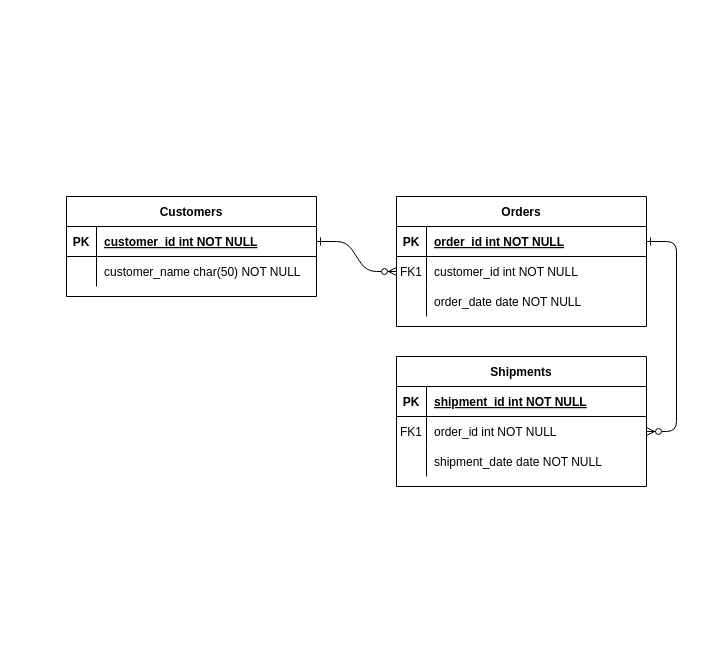
The draw.io diagram Untitled Diagram.drawio in PhotographyPlatform/back-end, before the edit. Source tidied: cells renumbered, new cells numbered last; positions are measured from the earlier drawing's top-left corner, leaving out a move shared by most shapes. Both pictures are drawn from the tidied source at 100%, with x=0, y=0 at pixel (66, 196).
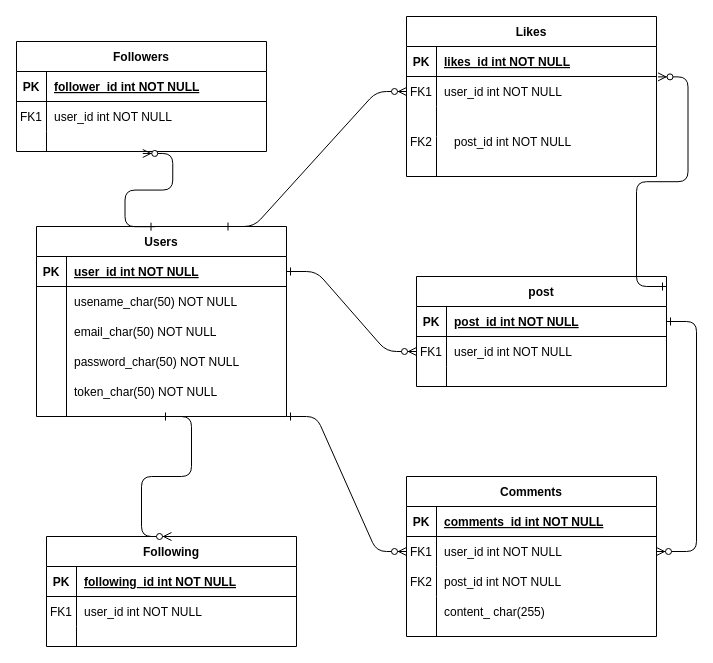
The same diagram, later.

Unchanged cells that the change refers to:
```xml
<mxCell id="5" style="shape=partialRectangle;fillColor=none;points=[[0,0.5],[1,0.5]];portConstraint=eastwest;top=0;left=0;right=0;bottom=1;" parent="4" vertex="1">
  <mxGeometry y="30" width="250" height="30" as="geometry" />
</mxCell>
<mxCell id="8" style="shape=partialRectangle;fillColor=none;points=[[0,0.5],[1,0.5]];portConstraint=eastwest;top=0;left=0;right=0;bottom=0;" parent="4" vertex="1">
  <mxGeometry y="60" width="250" height="30" as="geometry" />
</mxCell>
<mxCell id="15" style="shape=partialRectangle;fillColor=none;top=0;left=0;right=0;bottom=1;" parent="14" vertex="1">
  <mxGeometry y="30" width="250" height="30" as="geometry" />
</mxCell>
<mxCell id="18" style="shape=partialRectangle;fillColor=none;points=[[0,0.5],[1,0.5]];portConstraint=eastwest;top=0;left=0;right=0;bottom=0;" parent="14" vertex="1">
  <mxGeometry y="60" width="250" height="30" as="geometry" />
</mxCell>
<mxCell id="21" style="shape=partialRectangle;fillColor=none;top=0;left=0;right=0;bottom=0;" parent="14" vertex="1">
  <mxGeometry y="90" width="250" height="30" as="geometry" />
</mxCell>
<mxCell id="25" style="shape=partialRectangle;fillColor=none;points=[[0,0.5],[1,0.5]];portConstraint=eastwest;top=0;left=0;right=0;bottom=1;" parent="24" vertex="1">
  <mxGeometry y="30" width="250" height="30" as="geometry" />
</mxCell>
<mxCell id="28" style="shape=partialRectangle;fillColor=none;top=0;left=0;right=0;bottom=0;" parent="24" vertex="1">
  <mxGeometry y="60" width="250" height="30" as="geometry" />
</mxCell>
```

Change to the diagram source:
```diff
@@
-    <mxCell id="4" value="Orders" style="shape=table;startSize=30;childLayout=tableLayout;rowLines=0;fontStyle=1;align=center;" parent="1" vertex="1">
-      <mxGeometry x="330" width="250" height="130" as="geometry" />
+    <mxCell id="4" value="post" style="shape=table;startSize=30;childLayout=tableLayout;rowLines=0;fontStyle=1;align=center;" parent="1" vertex="1">
+      <mxGeometry x="350" y="80" width="250" height="110" as="geometry" />
     </mxCell>
@@
-    <mxCell id="7" value="order_id int NOT NULL " style="shape=partialRectangle;overflow=hidden;fillColor=none;top=0;left=0;bottom=0;right=0;align=left;spacingLeft=6;fontStyle=5;" parent="5" vertex="1">
+    <mxCell id="7" value="post_id int NOT NULL " style="shape=partialRectangle;overflow=hidden;fillColor=none;top=0;left=0;bottom=0;right=0;align=left;spacingLeft=6;fontStyle=5;" parent="5" vertex="1">
       <mxGeometry x="30" width="220" height="30" as="geometry" />
     </mxCell>
@@
-    <mxCell id="10" value="customer_id int NOT NULL" style="shape=partialRectangle;overflow=hidden;fillColor=none;top=0;left=0;bottom=0;right=0;align=left;spacingLeft=6;" parent="8" vertex="1">
+    <mxCell id="10" value="user_id int NOT NULL" style="shape=partialRectangle;overflow=hidden;fillColor=none;top=0;left=0;bottom=0;right=0;align=left;spacingLeft=6;" parent="8" vertex="1">
       <mxGeometry x="30" width="220" height="30" as="geometry" />
     </mxCell>
     <mxCell id="11" style="shape=partialRectangle;fillColor=none;top=0;left=0;right=0;bottom=0;" parent="4" vertex="1">
-      <mxGeometry y="90" width="250" height="30" as="geometry" />
+      <mxGeometry y="90" width="250" height="20" as="geometry" />
     </mxCell>
     <mxCell id="12" style="shape=partialRectangle;overflow=hidden;fillColor=none;top=0;left=0;bottom=0;right=0;" parent="11" vertex="1">
-      <mxGeometry width="30" height="30" as="geometry" />
+      <mxGeometry width="30" height="20" as="geometry" />
     </mxCell>
-    <mxCell id="13" value="order_date date NOT NULL" style="shape=partialRectangle;overflow=hidden;fillColor=none;top=0;left=0;bottom=0;right=0;align=left;spacingLeft=6;" parent="11" vertex="1">
-      <mxGeometry x="30" width="220" height="30" as="geometry" />
+    <mxCell id="13" style="shape=partialRectangle;overflow=hidden;fillColor=none;top=0;left=0;bottom=0;right=0;align=left;spacingLeft=6;" parent="11" vertex="1">
+      <mxGeometry x="30" width="220" height="20" as="geometry" />
     </mxCell>
-    <mxCell id="14" value="Shipments" style="shape=table;startSize=30;childLayout=tableLayout;rowLines=0;fontStyle=1;align=center;" parent="1" vertex="1">
-      <mxGeometry x="330" y="160" width="250" height="130" as="geometry" />
+    <mxCell id="14" value="Comments" style="shape=table;startSize=30;childLayout=tableLayout;rowLines=0;fontStyle=1;align=center;" parent="1" vertex="1">
+      <mxGeometry x="340" y="280" width="250" height="160" as="geometry" />
     </mxCell>
@@
-    <mxCell id="17" value="shipment_id int NOT NULL " style="shape=partialRectangle;overflow=hidden;fillColor=none;top=0;left=0;bottom=0;right=0;align=left;spacingLeft=6;fontStyle=5;" parent="15" vertex="1">
+    <mxCell id="17" value="comments_id int NOT NULL " style="shape=partialRectangle;overflow=hidden;fillColor=none;top=0;left=0;bottom=0;right=0;align=left;spacingLeft=6;fontStyle=5;" parent="15" vertex="1">
       <mxGeometry x="30" width="220" height="30" as="geometry" />
     </mxCell>
@@
-    <mxCell id="20" value="order_id int NOT NULL" style="shape=partialRectangle;overflow=hidden;fillColor=none;top=0;left=0;bottom=0;right=0;align=left;spacingLeft=6;" parent="18" vertex="1">
+    <mxCell id="20" value="user_id int NOT NULL" style="shape=partialRectangle;overflow=hidden;fillColor=none;top=0;left=0;bottom=0;right=0;align=left;spacingLeft=6;" parent="18" vertex="1">
       <mxGeometry x="30" width="220" height="30" as="geometry" />
     </mxCell>
@@
-    <mxCell id="23" value="shipment_date date NOT NULL" style="shape=partialRectangle;overflow=hidden;fillColor=none;top=0;left=0;bottom=0;right=0;align=left;spacingLeft=6;" parent="21" vertex="1">
+    <mxCell id="23" style="shape=partialRectangle;overflow=hidden;fillColor=none;top=0;left=0;bottom=0;right=0;align=left;spacingLeft=6;" parent="21" vertex="1">
       <mxGeometry x="30" width="220" height="30" as="geometry" />
     </mxCell>
-    <mxCell id="24" value="Customers" style="shape=table;startSize=30;childLayout=tableLayout;rowLines=0;fontStyle=1;align=center;" parent="1" vertex="1">
-      <mxGeometry width="250" height="100" as="geometry" />
+    <mxCell id="24" value="Users" style="shape=table;startSize=30;childLayout=tableLayout;rowLines=0;fontStyle=1;align=center;" parent="1" vertex="1">
+      <mxGeometry x="-30" y="30" width="250" height="190" as="geometry" />
     </mxCell>
@@
-    <mxCell id="27" value="customer_id int NOT NULL " style="shape=partialRectangle;overflow=hidden;fillColor=none;top=0;left=0;bottom=0;right=0;align=left;spacingLeft=6;fontStyle=5;" parent="25" vertex="1">
+    <mxCell id="27" value="user_id int NOT NULL " style="shape=partialRectangle;overflow=hidden;fillColor=none;top=0;left=0;bottom=0;right=0;align=left;spacingLeft=6;fontStyle=5;" parent="25" vertex="1">
       <mxGeometry x="30" width="220" height="30" as="geometry" />
     </mxCell>
@@
-    <mxCell id="30" value="customer_name char(50) NOT NULL" style="shape=partialRectangle;overflow=hidden;fillColor=none;top=0;left=0;bottom=0;right=0;align=left;spacingLeft=6;" parent="28" vertex="1">
+    <mxCell id="30" value="usename_char(50) NOT NULL" style="shape=partialRectangle;overflow=hidden;fillColor=none;top=0;left=0;bottom=0;right=0;align=left;spacingLeft=6;" parent="28" vertex="1">
       <mxGeometry x="30" width="220" height="30" as="geometry" />
     </mxCell>
+    <mxCell id="31" value="email_char(50) NOT NULL" style="shape=partialRectangle;overflow=hidden;fillColor=none;top=0;left=0;bottom=0;right=0;align=left;spacingLeft=6;" parent="1" vertex="1">
+      <mxGeometry y="120" width="220" height="30" as="geometry" />
+    </mxCell>
+    <mxCell id="32" value="password_char(50) NOT NULL" style="shape=partialRectangle;overflow=hidden;fillColor=none;top=0;left=0;bottom=0;right=0;align=left;spacingLeft=6;" parent="1" vertex="1">
+      <mxGeometry y="150" width="220" height="30" as="geometry" />
+    </mxCell>
+    <mxCell id="33" style="endArrow=none;html=1;rounded=0;" parent="1" edge="1">
+      <mxGeometry relative="1" as="geometry">
+        <mxPoint y="110" as="sourcePoint" />
+        <mxPoint y="220" as="targetPoint" />
+      </mxGeometry>
+    </mxCell>
+    <mxCell id="34" value="token_char(50) NOT NULL" style="shape=partialRectangle;overflow=hidden;fillColor=none;top=0;left=0;bottom=0;right=0;align=left;spacingLeft=6;" parent="1" vertex="1">
+      <mxGeometry y="180" width="220" height="30" as="geometry" />
+    </mxCell>
+    <mxCell id="35" value="post_id int NOT NULL" style="shape=partialRectangle;overflow=hidden;fillColor=none;top=0;left=0;bottom=0;right=0;align=left;spacingLeft=6;" parent="1" vertex="1">
+      <mxGeometry x="370" y="370" width="220" height="30" as="geometry" />
+    </mxCell>
+    <mxCell id="36" value="FK2" style="shape=partialRectangle;overflow=hidden;fillColor=none;top=0;left=0;bottom=0;right=0;" parent="1" vertex="1">
+      <mxGeometry x="340" y="370" width="30" height="30" as="geometry" />
+    </mxCell>
+    <mxCell id="37" value="content_ char(255)" style="shape=partialRectangle;overflow=hidden;fillColor=none;top=0;left=0;bottom=0;right=0;align=left;spacingLeft=6;" parent="1" vertex="1">
+      <mxGeometry x="370" y="400" width="220" height="30" as="geometry" />
+    </mxCell>
+    <mxCell id="38" style="endArrow=none;html=1;rounded=0;" parent="1" edge="1">
+      <mxGeometry relative="1" as="geometry">
+        <mxPoint x="370" y="440" as="sourcePoint" />
+        <mxPoint x="370" y="400" as="targetPoint" />
+      </mxGeometry>
+    </mxCell>
+    <mxCell id="39" value="Likes" style="shape=table;startSize=30;childLayout=tableLayout;rowLines=0;fontStyle=1;align=center;" parent="1" vertex="1">
+      <mxGeometry x="340" y="-180" width="250" height="160" as="geometry" />
+    </mxCell>
+    <mxCell id="40" style="shape=partialRectangle;fillColor=none;top=0;left=0;right=0;bottom=1;" parent="39" vertex="1">
+      <mxGeometry y="30" width="250" height="30" as="geometry" />
+    </mxCell>
+    <mxCell id="41" value="PK" style="shape=partialRectangle;overflow=hidden;fillColor=none;top=0;left=0;bottom=0;right=0;fontStyle=1;" parent="40" vertex="1">
+      <mxGeometry width="30" height="30" as="geometry" />
+    </mxCell>
+    <mxCell id="42" value="likes_id int NOT NULL " style="shape=partialRectangle;overflow=hidden;fillColor=none;top=0;left=0;bottom=0;right=0;align=left;spacingLeft=6;fontStyle=5;" parent="40" vertex="1">
+      <mxGeometry x="30" width="220" height="30" as="geometry" />
+    </mxCell>
+    <mxCell id="43" style="shape=partialRectangle;fillColor=none;points=[[0,0.5],[1,0.5]];portConstraint=eastwest;top=0;left=0;right=0;bottom=0;" parent="39" vertex="1">
+      <mxGeometry y="60" width="250" height="30" as="geometry" />
+    </mxCell>
+    <mxCell id="44" value="FK1" style="shape=partialRectangle;overflow=hidden;fillColor=none;top=0;left=0;bottom=0;right=0;" parent="43" vertex="1">
+      <mxGeometry width="30" height="30" as="geometry" />
+    </mxCell>
+    <mxCell id="45" value="user_id int NOT NULL" style="shape=partialRectangle;overflow=hidden;fillColor=none;top=0;left=0;bottom=0;right=0;align=left;spacingLeft=6;" parent="43" vertex="1">
+      <mxGeometry x="30" width="220" height="30" as="geometry" />
+    </mxCell>
+    <mxCell id="46" style="shape=partialRectangle;fillColor=none;top=0;left=0;right=0;bottom=0;" parent="39" vertex="1">
+      <mxGeometry y="90" width="250" height="30" as="geometry" />
+    </mxCell>
+    <mxCell id="47" style="shape=partialRectangle;overflow=hidden;fillColor=none;top=0;left=0;bottom=0;right=0;" parent="46" vertex="1">
+      <mxGeometry width="30" height="30" as="geometry" />
+    </mxCell>
+    <mxCell id="48" style="shape=partialRectangle;overflow=hidden;fillColor=none;top=0;left=0;bottom=0;right=0;align=left;spacingLeft=6;" parent="46" vertex="1">
+      <mxGeometry x="30" width="220" height="30" as="geometry" />
+    </mxCell>
+    <mxCell id="49" value="post_id int NOT NULL" style="shape=partialRectangle;overflow=hidden;fillColor=none;top=0;left=0;bottom=0;right=0;align=left;spacingLeft=6;" parent="1" vertex="1">
+      <mxGeometry x="380" y="-70" width="220" height="30" as="geometry" />
+    </mxCell>
+    <mxCell id="50" value="FK2" style="shape=partialRectangle;overflow=hidden;fillColor=none;top=0;left=0;bottom=0;right=0;" parent="1" vertex="1">
+      <mxGeometry x="340" y="-70" width="30" height="30" as="geometry" />
+    </mxCell>
+    <mxCell id="51" style="endArrow=none;html=1;rounded=0;" parent="1" edge="1">
+      <mxGeometry relative="1" as="geometry">
+        <mxPoint x="370" y="-60" as="sourcePoint" />
+        <mxPoint x="370" y="-20" as="targetPoint" />
+      </mxGeometry>
+    </mxCell>
+    <mxCell id="52" style="edgeStyle=entityRelationEdgeStyle;endArrow=ERzeroToMany;startArrow=ERone;endFill=1;startFill=0;entryX=1.006;entryY=0.013;entryDx=0;entryDy=0;exitX=1;exitY=0.091;exitDx=0;exitDy=0;exitPerimeter=0;entryPerimeter=0;" parent="1" edge="1" source="4" target="43">
+      <mxGeometry relative="1" as="geometry">
+        <Array as="points">
+          <mxPoint x="680" y="30" />
+          <mxPoint x="590" y="-120" />
+        </Array>
+      </mxGeometry>
+    </mxCell>
+    <mxCell id="53" style="edgeStyle=entityRelationEdgeStyle;endArrow=ERzeroToMany;startArrow=ERone;endFill=1;startFill=0;exitX=1;exitY=1;exitDx=0;exitDy=0;entryX=0;entryY=0.5;entryDx=0;entryDy=0;" parent="1" edge="1" source="24" target="18">
+      <mxGeometry relative="1" as="geometry" />
+    </mxCell>
+    <mxCell id="54" style="edgeStyle=entityRelationEdgeStyle;endArrow=ERzeroToMany;startArrow=ERone;endFill=1;startFill=0;exitX=0.75;exitY=0;exitDx=0;exitDy=0;entryX=0;entryY=0.5;entryDx=0;entryDy=0;" parent="1" edge="1" source="24" target="43">
+      <mxGeometry relative="1" as="geometry" />
+    </mxCell>
+    <mxCell id="55" value="Followers" style="shape=table;startSize=30;childLayout=tableLayout;rowLines=0;fontStyle=1;align=center;" parent="1" vertex="1">
+      <mxGeometry x="-50" y="-155" width="250" height="110" as="geometry" />
+    </mxCell>
+    <mxCell id="56" style="shape=partialRectangle;fillColor=none;top=0;left=0;right=0;bottom=1;" parent="55" vertex="1">
+      <mxGeometry y="30" width="250" height="30" as="geometry" />
+    </mxCell>
+    <mxCell id="57" value="PK" style="shape=partialRectangle;overflow=hidden;fillColor=none;top=0;left=0;bottom=0;right=0;fontStyle=1;" parent="56" vertex="1">
+      <mxGeometry width="30" height="30" as="geometry" />
+    </mxCell>
+    <mxCell id="58" value="follower_id int NOT NULL " style="shape=partialRectangle;overflow=hidden;fillColor=none;top=0;left=0;bottom=0;right=0;align=left;spacingLeft=6;fontStyle=5;" parent="56" vertex="1">
+      <mxGeometry x="30" width="220" height="30" as="geometry" />
+    </mxCell>
+    <mxCell id="59" style="shape=partialRectangle;fillColor=none;top=0;left=0;right=0;bottom=0;" parent="55" vertex="1">
+      <mxGeometry y="60" width="250" height="30" as="geometry" />
+    </mxCell>
+    <mxCell id="60" value="FK1" style="shape=partialRectangle;overflow=hidden;fillColor=none;top=0;left=0;bottom=0;right=0;" parent="59" vertex="1">
+      <mxGeometry width="30" height="30" as="geometry" />
+    </mxCell>
+    <mxCell id="61" value="user_id int NOT NULL" style="shape=partialRectangle;overflow=hidden;fillColor=none;top=0;left=0;bottom=0;right=0;align=left;spacingLeft=6;" parent="59" vertex="1">
+      <mxGeometry x="30" width="220" height="30" as="geometry" />
+    </mxCell>
+    <mxCell id="62" style="shape=partialRectangle;fillColor=none;points=[[0,0.5],[1,0.5]];portConstraint=eastwest;top=0;left=0;right=0;bottom=0;" parent="55" vertex="1">
+      <mxGeometry y="90" width="250" height="20" as="geometry" />
+    </mxCell>
+    <mxCell id="63" style="shape=partialRectangle;overflow=hidden;fillColor=none;top=0;left=0;bottom=0;right=0;" parent="62" vertex="1">
+      <mxGeometry width="30" height="20" as="geometry" />
+    </mxCell>
+    <mxCell id="64" style="shape=partialRectangle;overflow=hidden;fillColor=none;top=0;left=0;bottom=0;right=0;align=left;spacingLeft=6;" parent="62" vertex="1">
+      <mxGeometry x="30" width="220" height="20" as="geometry" />
+    </mxCell>
+    <mxCell id="65" value="Following" style="shape=table;startSize=30;childLayout=tableLayout;rowLines=0;fontStyle=1;align=center;" parent="1" vertex="1">
+      <mxGeometry x="-20" y="340" width="250" height="110" as="geometry" />
+    </mxCell>
+    <mxCell id="66" style="shape=partialRectangle;fillColor=none;top=0;left=0;right=0;bottom=1;" parent="65" vertex="1">
+      <mxGeometry y="30" width="250" height="30" as="geometry" />
+    </mxCell>
+    <mxCell id="67" value="PK" style="shape=partialRectangle;overflow=hidden;fillColor=none;top=0;left=0;bottom=0;right=0;fontStyle=1;" parent="66" vertex="1">
+      <mxGeometry width="30" height="30" as="geometry" />
+    </mxCell>
+    <mxCell id="68" value="following_id int NOT NULL " style="shape=partialRectangle;overflow=hidden;fillColor=none;top=0;left=0;bottom=0;right=0;align=left;spacingLeft=6;fontStyle=5;" parent="66" vertex="1">
+      <mxGeometry x="30" width="220" height="30" as="geometry" />
+    </mxCell>
+    <mxCell id="69" style="shape=partialRectangle;fillColor=none;top=0;left=0;right=0;bottom=0;" parent="65" vertex="1">
+      <mxGeometry y="60" width="250" height="30" as="geometry" />
+    </mxCell>
+    <mxCell id="70" value="FK1" style="shape=partialRectangle;overflow=hidden;fillColor=none;top=0;left=0;bottom=0;right=0;" parent="69" vertex="1">
+      <mxGeometry width="30" height="30" as="geometry" />
+    </mxCell>
+    <mxCell id="71" value="user_id int NOT NULL" style="shape=partialRectangle;overflow=hidden;fillColor=none;top=0;left=0;bottom=0;right=0;align=left;spacingLeft=6;" parent="69" vertex="1">
+      <mxGeometry x="30" width="220" height="30" as="geometry" />
+    </mxCell>
+    <mxCell id="72" style="shape=partialRectangle;fillColor=none;top=0;left=0;right=0;bottom=0;" parent="65" vertex="1">
+      <mxGeometry y="90" width="250" height="20" as="geometry" />
+    </mxCell>
+    <mxCell id="73" style="shape=partialRectangle;overflow=hidden;fillColor=none;top=0;left=0;bottom=0;right=0;" parent="72" vertex="1">
+      <mxGeometry width="30" height="20" as="geometry" />
+    </mxCell>
+    <mxCell id="74" style="shape=partialRectangle;overflow=hidden;fillColor=none;top=0;left=0;bottom=0;right=0;align=left;spacingLeft=6;" parent="72" vertex="1">
+      <mxGeometry x="30" width="220" height="20" as="geometry" />
+    </mxCell>
+    <mxCell id="75" style="edgeStyle=entityRelationEdgeStyle;endArrow=ERzeroToMany;startArrow=ERone;endFill=1;startFill=0;exitX=0.5;exitY=1;exitDx=0;exitDy=0;entryX=0.5;entryY=0;entryDx=0;entryDy=0;" parent="1" edge="1" source="24" target="65">
+      <mxGeometry relative="1" as="geometry" />
+    </mxCell>
+    <mxCell id="76" style="edgeStyle=entityRelationEdgeStyle;endArrow=ERzeroToMany;startArrow=ERone;endFill=1;startFill=0;exitX=0.474;exitY=0.001;exitDx=0;exitDy=0;entryX=0.505;entryY=1.098;entryDx=0;entryDy=0;exitPerimeter=0;entryPerimeter=0;" parent="1" edge="1" source="24" target="62">
+      <mxGeometry relative="1" as="geometry" />
+    </mxCell>
```
